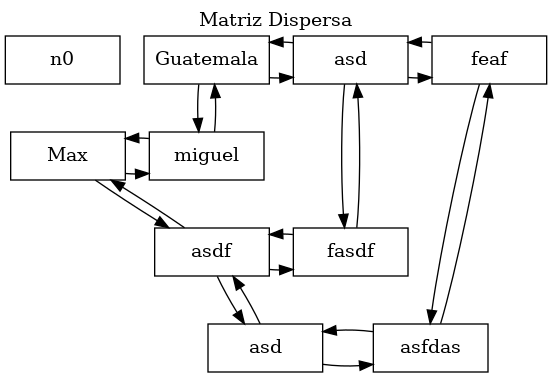
miguel-tubac/-EDD-Proyecto1_202101927 keeps this Graphviz diagram as src/Reportes/matriz.png. Above is the earlier version. Its source is kept beside it as src/Reportes/matriz.dot.
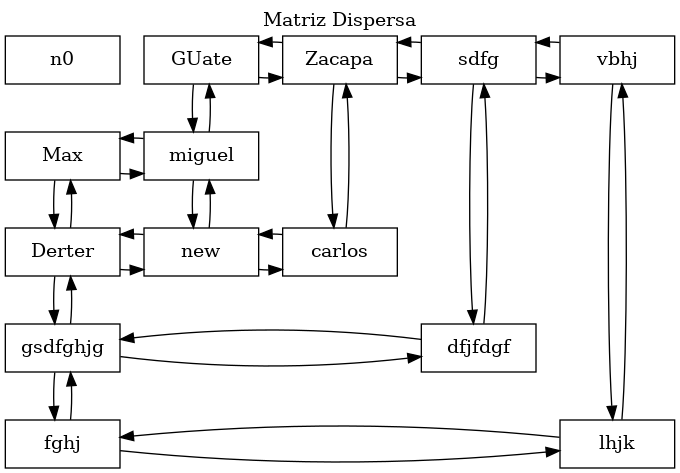
The same diagram one commit later.

Commit message:
Se agrego el reporte de la matriz

What changed in the source:
```diff
@@ -2,33 +2,46 @@
 	label="Matriz Dispersa";
 	labelloc="t";
 	node [shape=box width=1.2 ];
-n0 -> n3 -> n0 [color=transparent];
-	n3 [label="Guatemala" group=3];
-	n3 -> n2 -> n3;
-	n2 [label = "miguel" group=2];
+n0 -> n2 -> n0 [color=transparent];
+	n2 [label="GUate" group=0];
+	n2 -> n1 -> n2;
+	n1 [label = "miguel" group=0];
+	n1 -> n10 -> n1;
+	n10 [label = "new" group=3];
+	n2 -> n5 -> n2;
+	n5 [label="Zacapa" group=1];
+	n5 -> n4 -> n5;
+	n4 [label = "carlos" group=1];
+	n5 -> n8 -> n5;
+	n8 [label="sdfg" group=2];
+	n8 -> n7 -> n8;
+	n7 [label = "dfjfdgf" group=2];
+	n8 -> n12 -> n8;
+	n12 [label="vbhj" group=3];
+	n12 -> n11 -> n12;
+	n11 [label = "lhjk" group=3];
+	n0 -> n3 -> n0 [color=transparent];
+	n3 [label="Max" group=0];
+	n3 -> n1 -> n3;
+	n1 [label="miguel" group=0];
 	n3 -> n6 -> n3;
-	n6 [label="asd" group=6];
-	n6 -> n5 -> n6;
-	n5 [label = "fasdf" group=5];
+	n6 [label="Derter" group=0];
+	n6 -> n10 -> n6;
+	n10 [label="new" group=3];
+	n10 -> n4 -> n10;
+	n4 [label="carlos" group=1];
 	n6 -> n9 -> n6;
-	n9 [label="feaf" group=9];
-	n9 -> n8 -> n9;
-	n8 [label = "asfdas" group=8];
-	n0 -> n4 -> n0 [color=transparent];
-	n4 [label="Max" group=4];
-	n4 -> n2 -> n4;
-	n2 [label="miguel" group=2];
-	n4 -> n7 -> n4;
-	n7 [label="asdf" group=7];
-	n7 -> n5 -> n7;
-	n5 [label="fasdf" group=5];
-	n7 -> n10 -> n7;
-	n10 [label="asd" group=10];
-	n10 -> n8 -> n10;
-	n8 [label="asfdas" group=8];
-	{ rank=same; n0; n3; n6; n9; }
-	{ rank=same; n4; n2; }
-	{ rank=same; n7; n5; }
-	{ rank=same; n10; n8; }
+	n9 [label="gsdfghjg" group=0];
+	n9 -> n7 -> n9;
+	n7 [label="dfjfdgf" group=2];
+	n9 -> n13 -> n9;
+	n13 [label="fghj" group=0];
+	n13 -> n11 -> n13;
+	n11 [label="lhjk" group=3];
+	{ rank=same; n0; n2; n5; n8; n12; }
+	{ rank=same; n3; n1; }
+	{ rank=same; n6; n10; n4; }
+	{ rank=same; n9; n7; }
+	{ rank=same; n13; n11; }
 
 }
```
